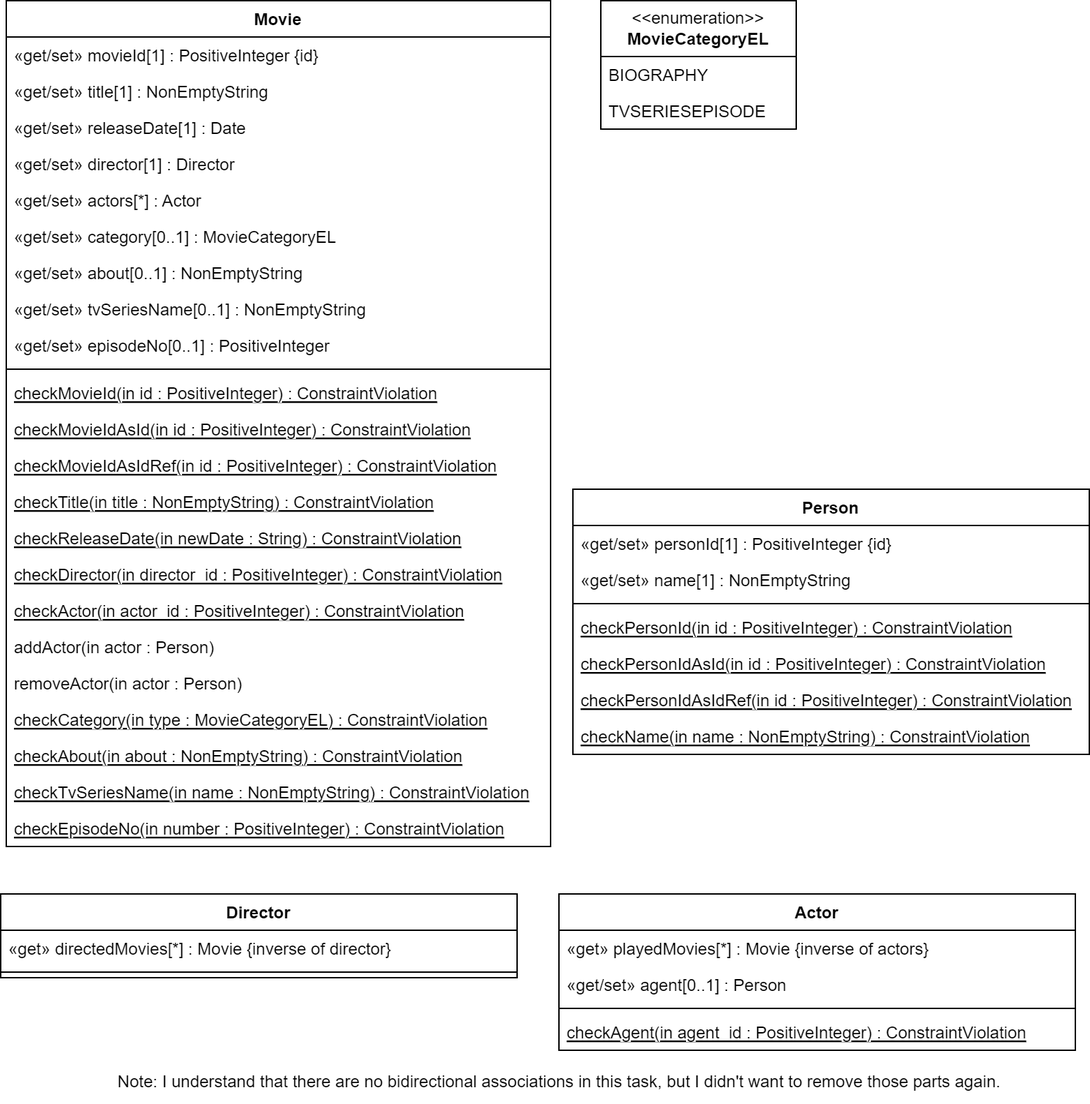
The draw.io diagram docs/assignment6/JavaScript_class_model.png in troppdus/webapp23-troppa, before a commit. Source tidied: cells renumbered, new cells last; positions are measured from the earlier drawing's top-left corner, leaving out a move shared by most shapes.
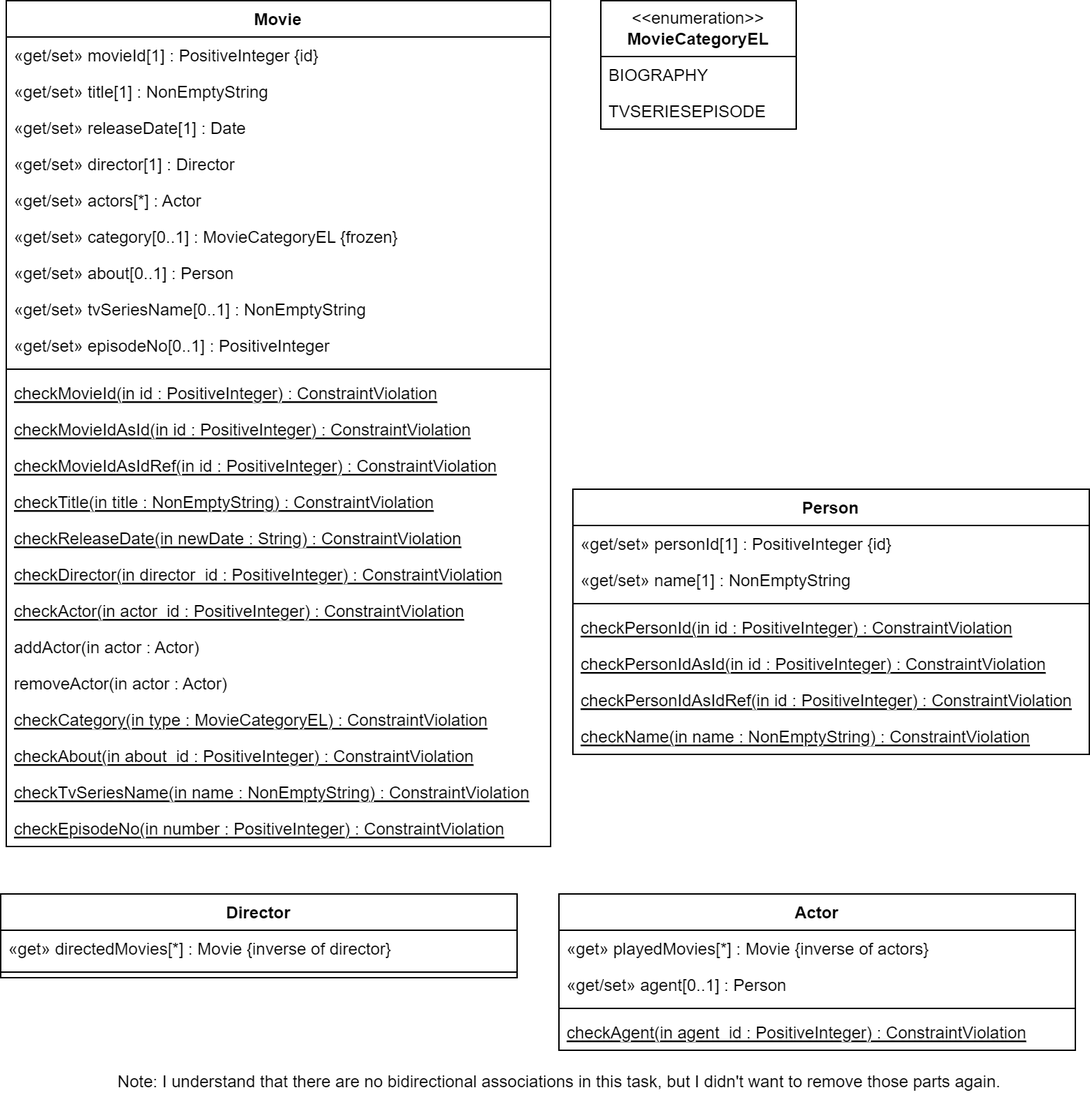
Above is the later version.

The edit, as a diff of the source:
```diff
@@ -29,10 +29,10 @@
     <mxCell id="10" value="«get/set» actors[*] : Actor" style="text;strokeColor=none;fillColor=none;align=left;verticalAlign=top;spacingLeft=4;spacingRight=4;overflow=hidden;" parent="5" vertex="1">
       <mxGeometry y="130" width="390" height="26" as="geometry" />
     </mxCell>
-    <mxCell id="11" value="«get/set» category[0..1] : MovieCategoryEL " style="text;strokeColor=none;fillColor=none;align=left;verticalAlign=top;spacingLeft=4;spacingRight=4;overflow=hidden;" parent="5" vertex="1">
+    <mxCell id="11" value="«get/set» category[0..1] : MovieCategoryEL {frozen}" style="text;strokeColor=none;fillColor=none;align=left;verticalAlign=top;spacingLeft=4;spacingRight=4;overflow=hidden;" parent="5" vertex="1">
       <mxGeometry y="156" width="390" height="26" as="geometry" />
     </mxCell>
-    <mxCell id="12" value="«get/set» about[0..1] : NonEmptyString" style="text;strokeColor=none;fillColor=none;align=left;verticalAlign=top;spacingLeft=4;spacingRight=4;overflow=hidden;" parent="5" vertex="1">
+    <mxCell id="12" value="«get/set» about[0..1] : Person" style="text;strokeColor=none;fillColor=none;align=left;verticalAlign=top;spacingLeft=4;spacingRight=4;overflow=hidden;" parent="5" vertex="1">
       <mxGeometry y="182" width="390" height="26" as="geometry" />
     </mxCell>
     <mxCell id="13" value="«get/set» tvSeriesName[0..1] : NonEmptyString" style="text;strokeColor=none;fillColor=none;align=left;verticalAlign=top;spacingLeft=4;spacingRight=4;overflow=hidden;" parent="5" vertex="1">
@@ -65,16 +65,16 @@
     <mxCell id="22" value="checkActor(in actor_id : PositiveInteger) : ConstraintViolation" style="text;strokeColor=none;fillColor=none;align=left;verticalAlign=top;spacingLeft=4;spacingRight=4;overflow=hidden;fontStyle=4;" parent="5" vertex="1">
       <mxGeometry y="424" width="390" height="26" as="geometry" />
     </mxCell>
-    <mxCell id="23" value="addActor(in actor : Person)" style="text;strokeColor=none;fillColor=none;align=left;verticalAlign=top;spacingLeft=4;spacingRight=4;overflow=hidden;" parent="5" vertex="1">
+    <mxCell id="23" value="addActor(in actor : Actor)" style="text;strokeColor=none;fillColor=none;align=left;verticalAlign=top;spacingLeft=4;spacingRight=4;overflow=hidden;" parent="5" vertex="1">
       <mxGeometry y="450" width="390" height="26" as="geometry" />
     </mxCell>
-    <mxCell id="24" value="removeActor(in actor : Person)" style="text;strokeColor=none;fillColor=none;align=left;verticalAlign=top;spacingLeft=4;spacingRight=4;overflow=hidden;" parent="5" vertex="1">
+    <mxCell id="24" value="removeActor(in actor : Actor)" style="text;strokeColor=none;fillColor=none;align=left;verticalAlign=top;spacingLeft=4;spacingRight=4;overflow=hidden;" parent="5" vertex="1">
       <mxGeometry y="476" width="390" height="26" as="geometry" />
     </mxCell>
     <mxCell id="25" value="checkCategory(in type : MovieCategoryEL) : ConstraintViolation" style="text;strokeColor=none;fillColor=none;align=left;verticalAlign=top;spacingLeft=4;spacingRight=4;overflow=hidden;fontStyle=4;" parent="5" vertex="1">
       <mxGeometry y="502" width="390" height="26" as="geometry" />
     </mxCell>
-    <mxCell id="26" value="checkAbout(in about : NonEmptyString) : ConstraintViolation" style="text;strokeColor=none;fillColor=none;align=left;verticalAlign=top;spacingLeft=4;spacingRight=4;overflow=hidden;fontStyle=4;" parent="5" vertex="1">
+    <mxCell id="26" value="checkAbout(in about_id : PositiveInteger) : ConstraintViolation" style="text;strokeColor=none;fillColor=none;align=left;verticalAlign=top;spacingLeft=4;spacingRight=4;overflow=hidden;fontStyle=4;" parent="5" vertex="1">
       <mxGeometry y="528" width="390" height="26" as="geometry" />
     </mxCell>
     <mxCell id="27" value="checkTvSeriesName(in name : NonEmptyString) : ConstraintViolation" style="text;strokeColor=none;fillColor=none;align=left;verticalAlign=top;spacingLeft=4;spacingRight=4;overflow=hidden;fontStyle=4;" parent="5" vertex="1">
```
